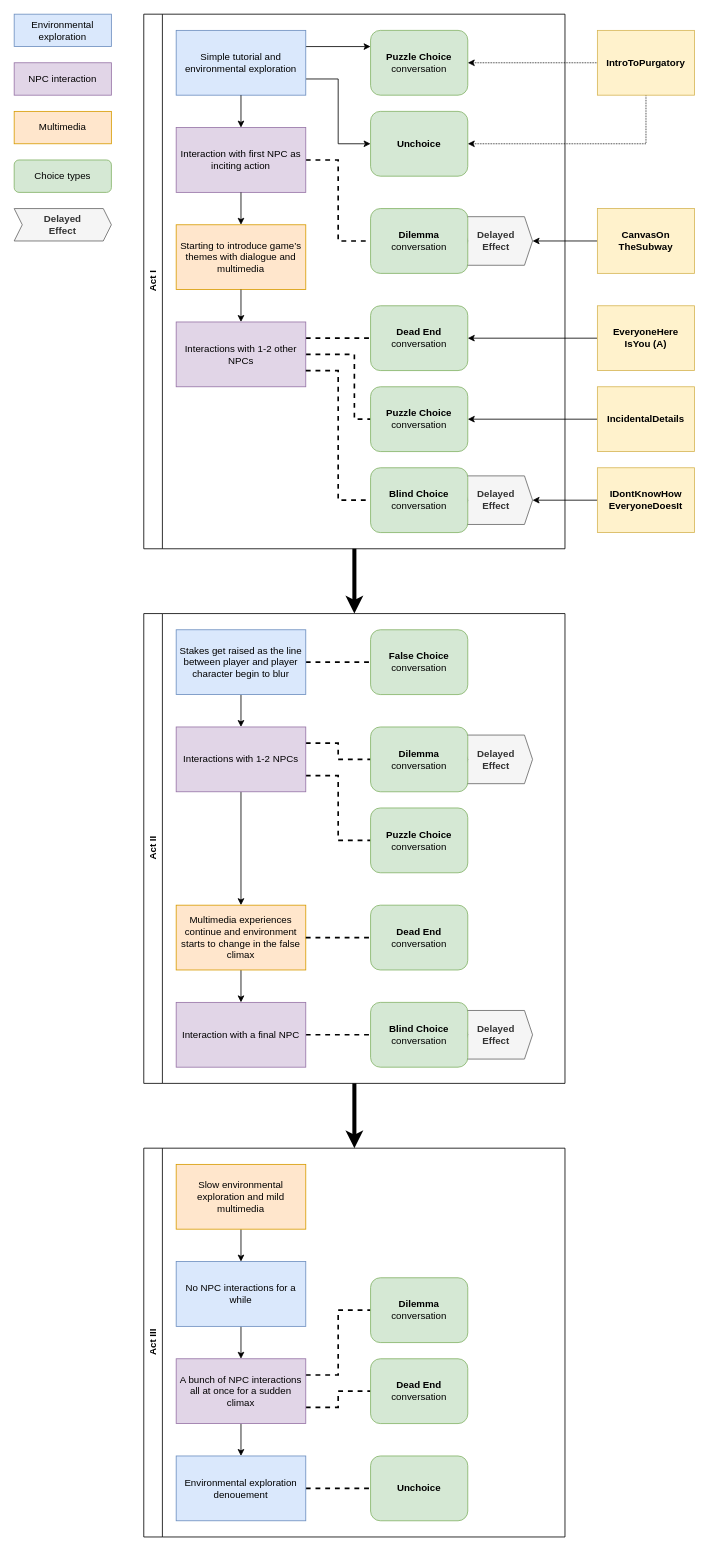
This is Assets/Conversations/PlotStructure.drawio from Owmacohe/UNDERSCORE, a draw.io file, before an edit. Source tidied: cells renumbered, new cells numbered last; positions are measured from the earlier drawing's top-left corner, leaving out a move shared by most shapes. Both pictures are drawn from the tidied source at 81%, with x=0, y=0 at pixel (14, 14).
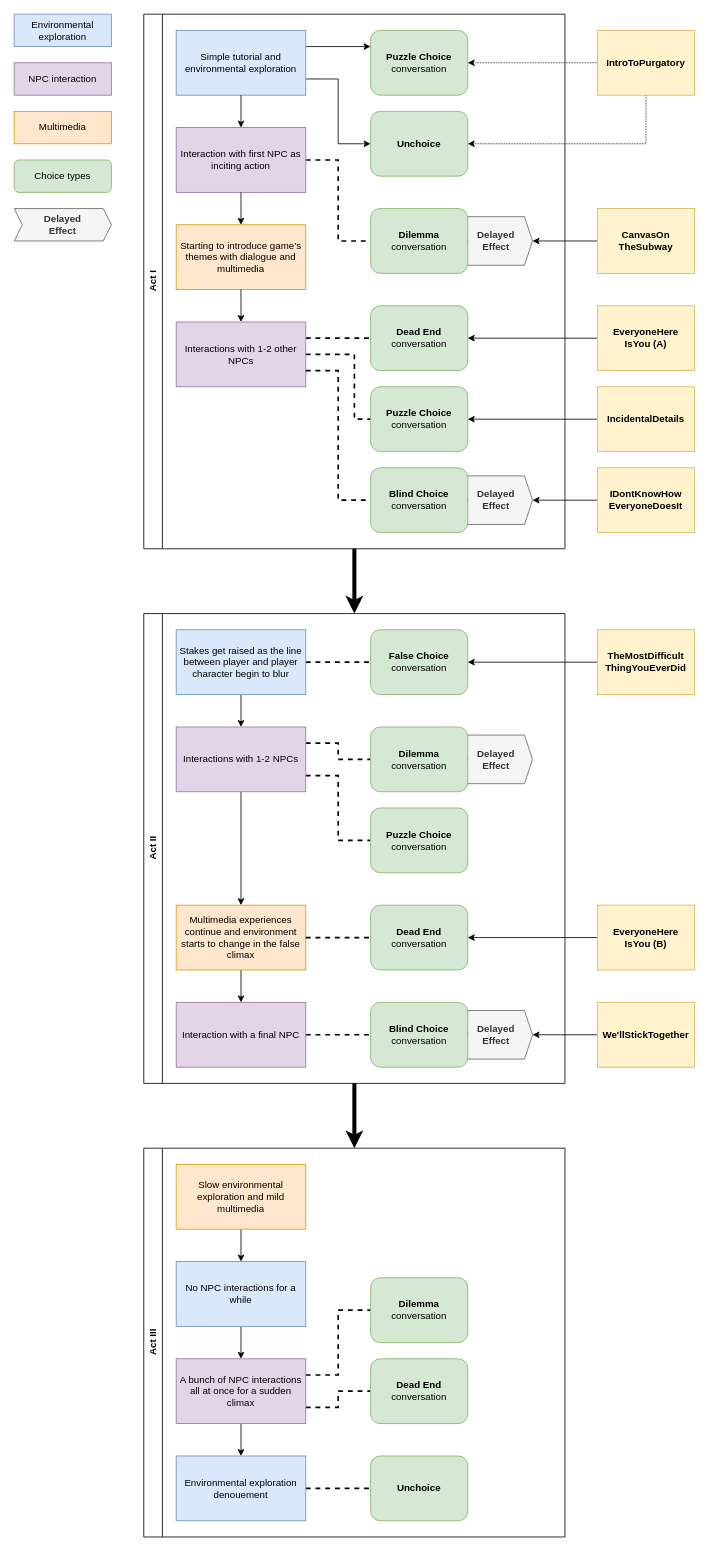
The same page after the edit.

Unchanged cells that the change refers to:
```xml
<mxCell id="27" value="&lt;b&gt;Delayed&lt;br&gt;Effect&lt;/b&gt;" style="shape=step;perimeter=stepPerimeter;whiteSpace=wrap;html=1;fixedSize=1;size=10;fillColor=#f5f5f5;fontColor=#333333;strokeColor=#666666;" parent="26" vertex="1">
  <mxGeometry x="390" y="490" width="90" height="60" as="geometry" />
</mxCell>
<mxCell id="39" value="&lt;b&gt;False Choice&lt;br&gt;&lt;/b&gt;conversation" style="rounded=1;whiteSpace=wrap;html=1;fillColor=#d5e8d4;strokeColor=#82b366;" parent="26" vertex="1">
  <mxGeometry x="280" y="20" width="120" height="80" as="geometry" />
</mxCell>
<mxCell id="43" value="&lt;b&gt;Dead End&lt;br&gt;&lt;/b&gt;conversation" style="rounded=1;whiteSpace=wrap;html=1;fillColor=#d5e8d4;strokeColor=#82b366;" parent="26" vertex="1">
  <mxGeometry x="280" y="360" width="120" height="80" as="geometry" />
</mxCell>
```

Change to the diagram source:
```diff
@@
+    <mxCell id="76" style="edgeStyle=orthogonalEdgeStyle;rounded=0;jettySize=auto;html=1;exitX=0;exitY=0.5;exitDx=0;exitDy=0;entryX=1;entryY=0.5;entryDx=0;entryDy=0;" parent="1" edge="1" source="77" target="39">
+      <mxGeometry relative="1" as="geometry" />
+    </mxCell>
+    <mxCell id="77" value="TheMostDifficult&lt;br&gt;ThingYouEverDid" style="rounded=0;whiteSpace=wrap;html=1;fillColor=#fff2cc;strokeColor=#d6b656;fontStyle=1;" parent="1" vertex="1">
+      <mxGeometry x="720" y="760" width="120" height="80" as="geometry" />
+    </mxCell>
+    <mxCell id="78" style="edgeStyle=orthogonalEdgeStyle;rounded=0;jettySize=auto;html=1;exitX=0;exitY=0.5;exitDx=0;exitDy=0;entryX=1;entryY=0.5;entryDx=0;entryDy=0;" parent="1" edge="1" source="79" target="27">
+      <mxGeometry relative="1" as="geometry" />
+    </mxCell>
+    <mxCell id="79" value="We'llStickTogether" style="rounded=0;whiteSpace=wrap;html=1;fillColor=#fff2cc;strokeColor=#d6b656;fontStyle=1;" parent="1" vertex="1">
+      <mxGeometry x="720" y="1220" width="120" height="80" as="geometry" />
+    </mxCell>
+    <mxCell id="80" style="edgeStyle=orthogonalEdgeStyle;rounded=0;jettySize=auto;html=1;exitX=0;exitY=0.5;exitDx=0;exitDy=0;entryX=1;entryY=0.5;entryDx=0;entryDy=0;" parent="1" edge="1" source="81" target="43">
+      <mxGeometry relative="1" as="geometry" />
+    </mxCell>
+    <mxCell id="81" value="EveryoneHere&lt;br&gt;IsYou (B)" style="rounded=0;whiteSpace=wrap;html=1;fillColor=#fff2cc;strokeColor=#d6b656;fontStyle=1;" parent="1" vertex="1">
+      <mxGeometry x="720" y="1100" width="120" height="80" as="geometry" />
+    </mxCell>
```
